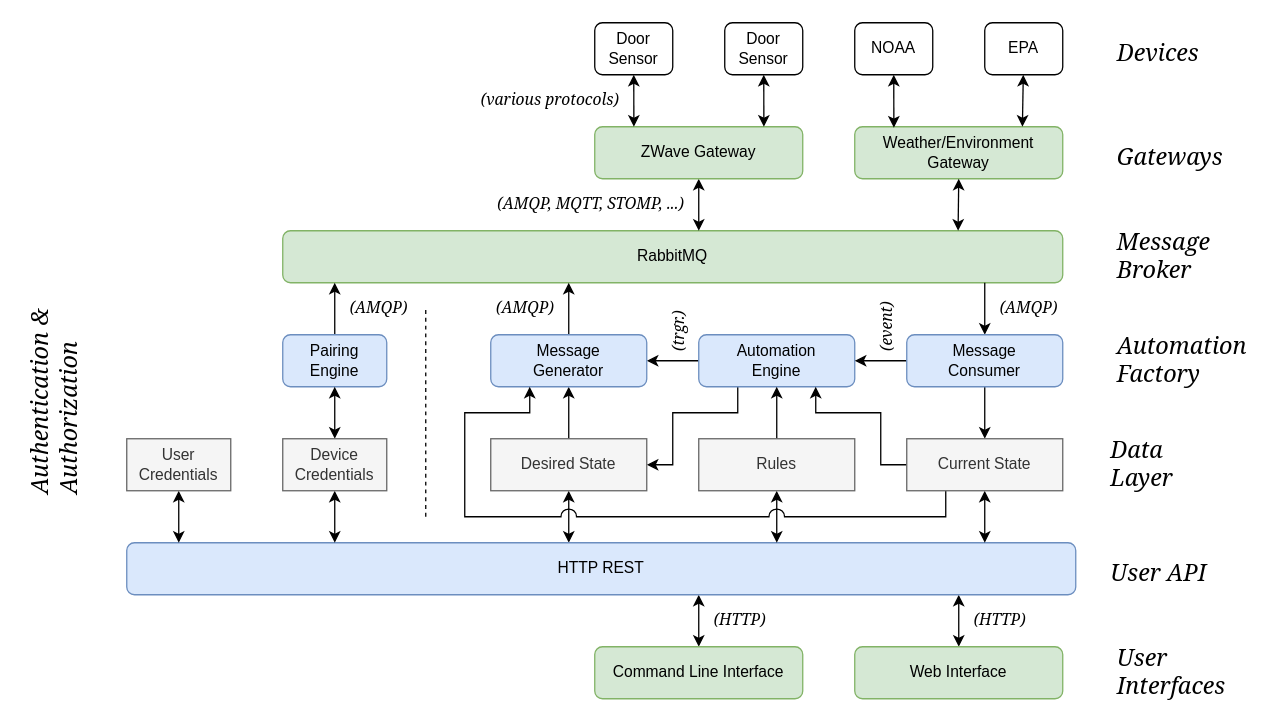
Earlier version of the draw.io diagram docs/architecture.drawio (mikecamilleri/tilde). Source tidied: cells renumbered, new cells numbered last; positions are measured from the earlier drawing's top-left corner, leaving out a move shared by most shapes. Both pictures are drawn from the tidied source at 130%, with x=0, y=0 at pixel (-43, 22).
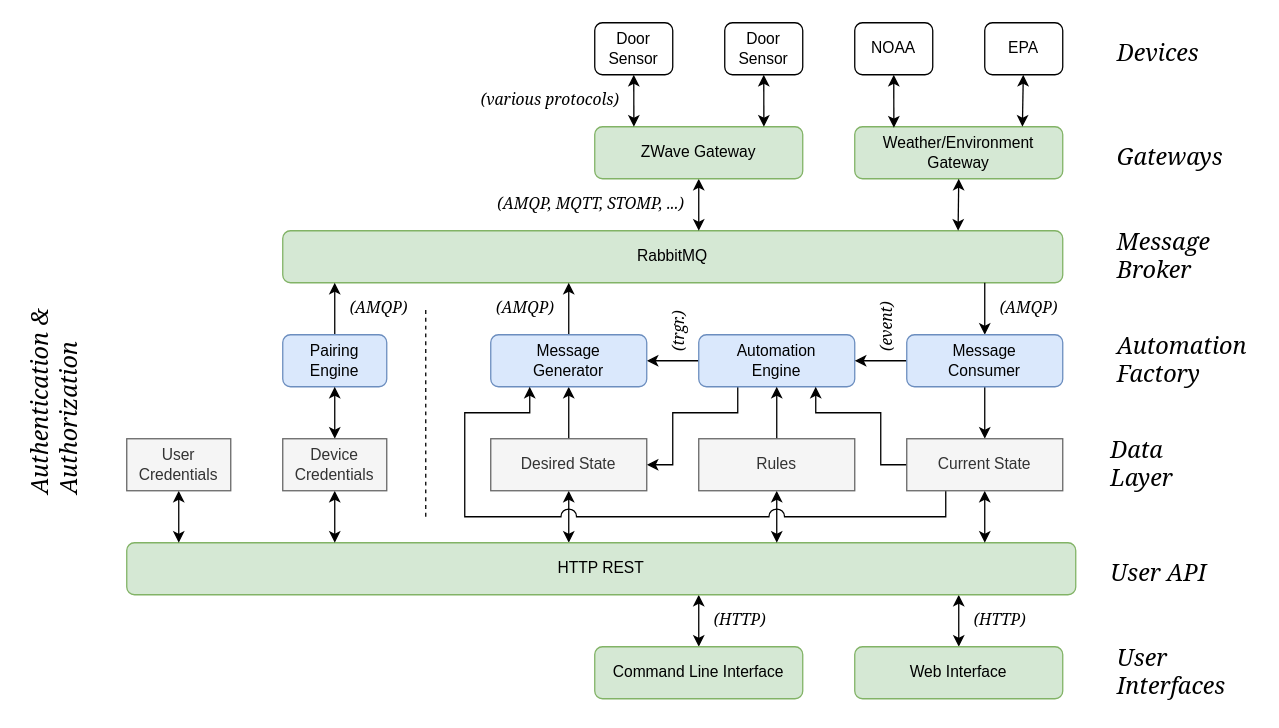
The same diagram, later.

Diff of the diagram source:
```diff
@@
-    <mxCell id="34" value="HTTP REST" style="rounded=1;whiteSpace=wrap;html=1;fillColor=#dae8fc;strokeColor=#6c8ebf;rotation=0;" parent="1" vertex="1">
+    <mxCell id="34" value="HTTP REST" style="rounded=1;whiteSpace=wrap;html=1;fillColor=#d5e8d4;strokeColor=#82b366;rotation=0;" parent="1" vertex="1">
       <mxGeometry x="130" y="400" width="730" height="40" as="geometry" />
     </mxCell>
```
